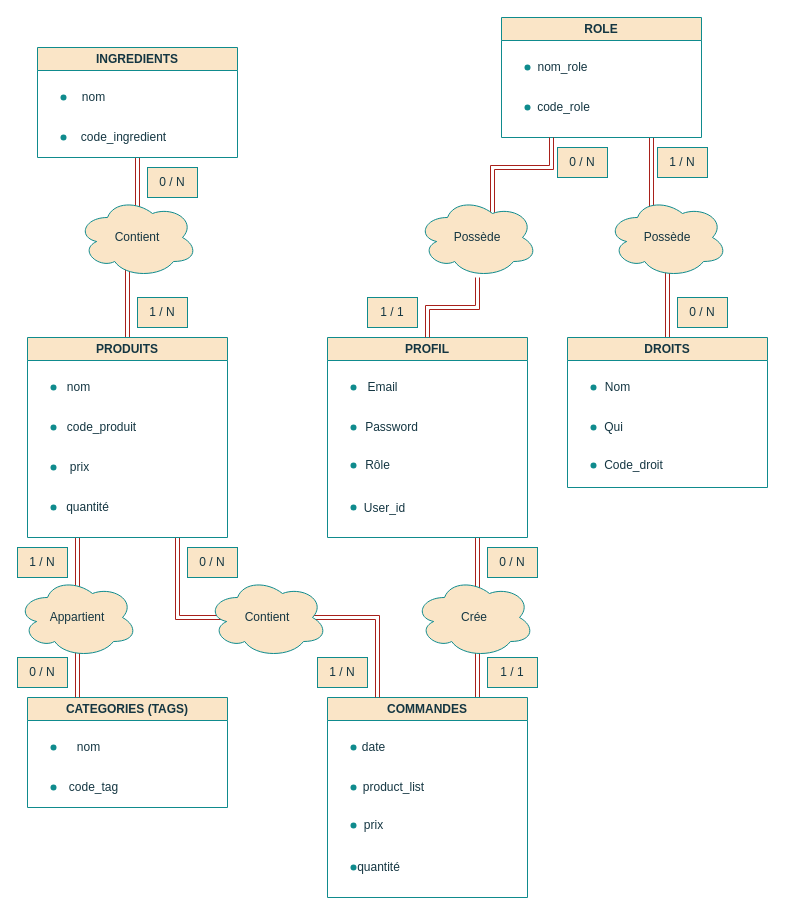
MichaelKrakowiak/Draw.io keeps this draw.io diagram as MDC S07E07.drawio. Above is the earlier version. Source tidied: cells renumbered, new cells numbered last; positions are measured from the earlier drawing's top-left corner, leaving out a move shared by most shapes. Both pictures are drawn from the tidied source at 100%, with x=0, y=0 at pixel (17, 17).
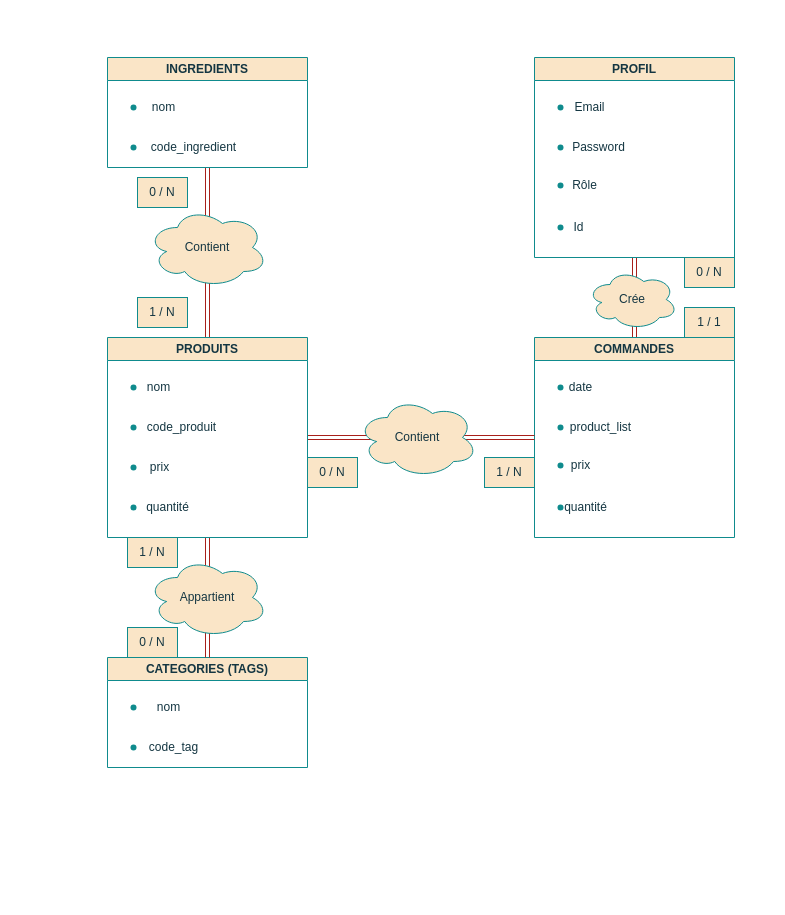
After the change.

Commit message (it also covers changes not shown here):
Mettre à jour MDC S07E07.drawio

Diff of the diagram source:
```diff
@@
-    <mxCell id="2" style="edgeStyle=orthogonalEdgeStyle;rounded=0;jettySize=auto;html=1;exitX=0.75;exitY=1;exitDx=0;exitDy=0;entryX=0.75;entryY=0;entryDx=0;entryDy=0;strokeColor=#A8201A;fontColor=#143642;fillColor=#FAE5C7;shape=link;" parent="1" edge="1" source="3" target="23">
+    <mxCell id="2" style="edgeStyle=orthogonalEdgeStyle;rounded=0;jettySize=auto;html=1;exitX=0.5;exitY=1;exitDx=0;exitDy=0;entryX=0.5;entryY=0;entryDx=0;entryDy=0;strokeColor=#A8201A;fontColor=#143642;fillColor=#FAE5C7;shape=link;" parent="1" edge="1" source="3" target="23">
       <mxGeometry relative="1" as="geometry" />
     </mxCell>
     <mxCell id="3" value="PROFIL" style="swimlane;whiteSpace=wrap;html=1;labelBackgroundColor=none;fillColor=#FAE5C7;strokeColor=#0F8B8D;fontColor=#143642;" parent="1" vertex="1">
-      <mxGeometry x="310" y="320" width="200" height="200" as="geometry" />
+      <mxGeometry x="517" y="40" width="200" height="200" as="geometry" />
     </mxCell>
@@
-    <mxCell id="11" value="User_id" style="text;html=1;align=center;verticalAlign=middle;strokeColor=none;fillColor=none;labelBackgroundColor=none;fontColor=#143642;" parent="1" vertex="1">
-      <mxGeometry x="337" y="476" width="60" height="30" as="geometry" />
-    </mxCell>
-    <mxCell id="12" style="edgeStyle=orthogonalEdgeStyle;rounded=0;jettySize=auto;html=1;exitX=0.75;exitY=1;exitDx=0;exitDy=0;entryX=0.5;entryY=0;entryDx=0;entryDy=0;shape=link;labelBackgroundColor=none;strokeColor=#A8201A;fontColor=default;" parent="1" edge="1" source="13" target="38">
-      <mxGeometry relative="1" as="geometry" />
-    </mxCell>
-    <mxCell id="13" value="ROLE" style="swimlane;whiteSpace=wrap;html=1;labelBackgroundColor=none;fillColor=#FAE5C7;strokeColor=#0F8B8D;fontColor=#143642;" parent="1" vertex="1">
-      <mxGeometry x="484" width="200" height="120" as="geometry" />
-    </mxCell>
-    <mxCell id="14" style="shape=waypoint;sketch=0;size=6;fillColor=none;perimeter=centerPerimeter;labelBackgroundColor=none;strokeColor=#0F8B8D;fontColor=#143642;" parent="13" vertex="1">
-      <mxGeometry x="16" y="40" width="20" height="20" as="geometry" />
-    </mxCell>
-    <mxCell id="15" value="nom_role" style="text;html=1;align=center;verticalAlign=middle;strokeColor=none;fillColor=none;labelBackgroundColor=none;fontColor=#143642;" parent="13" vertex="1">
-      <mxGeometry x="26" y="35" width="70" height="30" as="geometry" />
-    </mxCell>
-    <mxCell id="16" style="shape=waypoint;sketch=0;size=6;fillColor=none;perimeter=centerPerimeter;labelBackgroundColor=none;strokeColor=#0F8B8D;fontColor=#143642;" parent="13" vertex="1">
-      <mxGeometry x="16" y="80" width="20" height="20" as="geometry" />
-    </mxCell>
-    <mxCell id="17" value="code_role" style="text;html=1;align=center;verticalAlign=middle;strokeColor=none;fillColor=none;labelBackgroundColor=none;fontColor=#143642;" parent="13" vertex="1">
-      <mxGeometry x="22" y="75" width="80" height="30" as="geometry" />
-    </mxCell>
+    <mxCell id="76" value="Id" style="text;html=1;align=center;verticalAlign=middle;strokeColor=none;fillColor=none;labelBackgroundColor=none;fontColor=#143642;" parent="3" vertex="1">
+      <mxGeometry x="29" y="155" width="30" height="30" as="geometry" />
+    </mxCell>
     <mxCell id="18" value="CATEGORIES (TAGS)" style="swimlane;whiteSpace=wrap;html=1;labelBackgroundColor=none;fillColor=#FAE5C7;strokeColor=#0F8B8D;fontColor=#143642;" parent="1" vertex="1">
-      <mxGeometry x="10" y="680" width="200" height="110" as="geometry" />
+      <mxGeometry x="90" y="640" width="200" height="110" as="geometry" />
     </mxCell>
@@
     <mxCell id="23" value="COMMANDES" style="swimlane;whiteSpace=wrap;html=1;labelBackgroundColor=none;fillColor=#FAE5C7;strokeColor=#0F8B8D;fontColor=#143642;" parent="1" vertex="1">
-      <mxGeometry x="310" y="680" width="200" height="200" as="geometry" />
+      <mxGeometry x="517" y="320" width="200" height="200" as="geometry" />
     </mxCell>
@@
     <mxCell id="33" value="INGREDIENTS" style="swimlane;whiteSpace=wrap;html=1;labelBackgroundColor=none;fillColor=#FAE5C7;strokeColor=#0F8B8D;fontColor=#143642;" parent="1" vertex="1">
-      <mxGeometry x="20" y="30" width="200" height="110" as="geometry" />
+      <mxGeometry x="90" y="40" width="200" height="110" as="geometry" />
     </mxCell>
@@
-    <mxCell id="38" value="DROITS" style="swimlane;whiteSpace=wrap;html=1;labelBackgroundColor=none;fillColor=#FAE5C7;strokeColor=#0F8B8D;fontColor=#143642;" parent="1" vertex="1">
-      <mxGeometry x="550" y="320" width="200" height="150" as="geometry" />
-    </mxCell>
-    <mxCell id="39" style="shape=waypoint;sketch=0;size=6;fillColor=none;perimeter=centerPerimeter;labelBackgroundColor=none;strokeColor=#0F8B8D;fontColor=#143642;" parent="38" vertex="1">
-      <mxGeometry x="16" y="40" width="20" height="20" as="geometry" />
-    </mxCell>
-    <mxCell id="40" value="Nom" style="text;html=1;align=center;verticalAlign=middle;strokeColor=none;fillColor=none;labelBackgroundColor=none;fontColor=#143642;" parent="38" vertex="1">
-      <mxGeometry x="25" y="35" width="50" height="30" as="geometry" />
-    </mxCell>
-    <mxCell id="41" style="shape=waypoint;sketch=0;size=6;fillColor=none;perimeter=centerPerimeter;labelBackgroundColor=none;strokeColor=#0F8B8D;fontColor=#143642;" parent="38" vertex="1">
-      <mxGeometry x="16" y="80" width="20" height="20" as="geometry" />
-    </mxCell>
-    <mxCell id="42" style="shape=waypoint;sketch=0;size=6;fillColor=none;perimeter=centerPerimeter;labelBackgroundColor=none;strokeColor=#0F8B8D;fontColor=#143642;" parent="38" vertex="1">
-      <mxGeometry x="16" y="118" width="20" height="20" as="geometry" />
-    </mxCell>
-    <mxCell id="43" value="Code_droit" style="text;html=1;align=center;verticalAlign=middle;strokeColor=none;fillColor=none;labelBackgroundColor=none;fontColor=#143642;" parent="38" vertex="1">
-      <mxGeometry x="26" y="113" width="80" height="30" as="geometry" />
-    </mxCell>
-    <mxCell id="44" value="Qui" style="text;html=1;align=center;verticalAlign=middle;strokeColor=none;fillColor=none;labelBackgroundColor=none;fontColor=#143642;" parent="38" vertex="1">
-      <mxGeometry x="26" y="75" width="40" height="30" as="geometry" />
-    </mxCell>
-    <mxCell id="45" style="edgeStyle=orthogonalEdgeStyle;rounded=0;jettySize=auto;html=1;exitX=0.25;exitY=1;exitDx=0;exitDy=0;entryX=0.25;entryY=0;entryDx=0;entryDy=0;strokeColor=#A8201A;fontColor=#143642;fillColor=#FAE5C7;shape=link;" parent="1" edge="1" source="47" target="18">
+    <mxCell id="45" style="edgeStyle=orthogonalEdgeStyle;rounded=0;jettySize=auto;html=1;exitX=0.5;exitY=1;exitDx=0;exitDy=0;entryX=0.5;entryY=0;entryDx=0;entryDy=0;strokeColor=#A8201A;fontColor=#143642;fillColor=#FAE5C7;shape=link;" parent="1" edge="1" source="47" target="18">
       <mxGeometry relative="1" as="geometry" />
     </mxCell>
-    <mxCell id="46" style="edgeStyle=orthogonalEdgeStyle;rounded=0;jettySize=auto;html=1;exitX=0.75;exitY=1;exitDx=0;exitDy=0;entryX=0.25;entryY=0;entryDx=0;entryDy=0;strokeColor=#A8201A;fontColor=#143642;fillColor=#FAE5C7;shape=link;" parent="1" edge="1" source="47" target="23">
+    <mxCell id="46" style="edgeStyle=orthogonalEdgeStyle;rounded=0;jettySize=auto;html=1;exitX=1;exitY=0.5;exitDx=0;exitDy=0;entryX=0;entryY=0.5;entryDx=0;entryDy=0;strokeColor=#A8201A;fontColor=#143642;fillColor=#FAE5C7;shape=link;" parent="1" edge="1" source="47" target="23">
       <mxGeometry relative="1" as="geometry" />
     </mxCell>
     <mxCell id="47" value="PRODUITS" style="swimlane;whiteSpace=wrap;html=1;labelBackgroundColor=none;fillColor=#FAE5C7;strokeColor=#0F8B8D;fontColor=#143642;" parent="1" vertex="1">
-      <mxGeometry x="10" y="320" width="200" height="200" as="geometry" />
+      <mxGeometry x="90" y="320" width="200" height="200" as="geometry" />
     </mxCell>
@@
     <mxCell id="56" value="Contient" style="ellipse;shape=cloud;whiteSpace=wrap;html=1;labelBackgroundColor=none;fillColor=#FAE5C7;strokeColor=#0F8B8D;fontColor=#143642;" parent="1" vertex="1">
-      <mxGeometry x="60" y="180" width="120" height="80" as="geometry" />
+      <mxGeometry x="130" y="190" width="120" height="80" as="geometry" />
     </mxCell>
-    <mxCell id="57" value="Possède" style="ellipse;shape=cloud;whiteSpace=wrap;html=1;labelBackgroundColor=none;fillColor=#FAE5C7;strokeColor=#0F8B8D;fontColor=#143642;" parent="1" vertex="1">
-      <mxGeometry x="590" y="180" width="120" height="80" as="geometry" />
-    </mxCell>
-    <mxCell id="58" style="edgeStyle=orthogonalEdgeStyle;rounded=0;jettySize=auto;html=1;exitX=0.5;exitY=0;exitDx=0;exitDy=0;entryX=0.5;entryY=1;entryDx=0;entryDy=0;shape=link;labelBackgroundColor=none;strokeColor=#A8201A;fontColor=default;" parent="1" edge="1" source="3" target="60">
-      <mxGeometry relative="1" as="geometry" />
-    </mxCell>
-    <mxCell id="59" style="edgeStyle=orthogonalEdgeStyle;rounded=0;jettySize=auto;html=1;exitX=0.625;exitY=0.2;exitDx=0;exitDy=0;exitPerimeter=0;entryX=0.25;entryY=1;entryDx=0;entryDy=0;strokeColor=#A8201A;fontColor=#143642;fillColor=#FAE5C7;shape=link;" parent="1" edge="1" source="60" target="13">
-      <mxGeometry relative="1" as="geometry" />
-    </mxCell>
-    <mxCell id="60" value="Possède" style="ellipse;shape=cloud;whiteSpace=wrap;html=1;labelBackgroundColor=none;fillColor=#FAE5C7;strokeColor=#0F8B8D;fontColor=#143642;" parent="1" vertex="1">
-      <mxGeometry x="400" y="180" width="120" height="80" as="geometry" />
-    </mxCell>
-    <mxCell id="61" value="0 / N" style="rounded=0;whiteSpace=wrap;html=1;strokeColor=#0F8B8D;fontColor=#143642;fillColor=#FAE5C7;" parent="1" vertex="1">
-      <mxGeometry x="540" y="130" width="50" height="30" as="geometry" />
-    </mxCell>
-    <mxCell id="62" value="1 / 1" style="rounded=0;whiteSpace=wrap;html=1;strokeColor=#0F8B8D;fontColor=#143642;fillColor=#FAE5C7;" parent="1" vertex="1">
-      <mxGeometry x="350" y="280" width="50" height="30" as="geometry" />
-    </mxCell>
-    <mxCell id="63" value="1 / N" style="rounded=0;whiteSpace=wrap;html=1;strokeColor=#0F8B8D;fontColor=#143642;fillColor=#FAE5C7;" parent="1" vertex="1">
-      <mxGeometry x="640" y="130" width="50" height="30" as="geometry" />
-    </mxCell>
-    <mxCell id="64" value="0 / N" style="rounded=0;whiteSpace=wrap;html=1;strokeColor=#0F8B8D;fontColor=#143642;fillColor=#FAE5C7;" parent="1" vertex="1">
-      <mxGeometry x="660" y="280" width="50" height="30" as="geometry" />
-    </mxCell>
     <mxCell id="65" value="1 / 1" style="rounded=0;whiteSpace=wrap;html=1;strokeColor=#0F8B8D;fontColor=#143642;fillColor=#FAE5C7;" parent="1" vertex="1">
-      <mxGeometry x="470" y="640" width="50" height="30" as="geometry" />
+      <mxGeometry x="667" y="290" width="50" height="30" as="geometry" />
     </mxCell>
     <mxCell id="66" value="0 / N" style="rounded=0;whiteSpace=wrap;html=1;strokeColor=#0F8B8D;fontColor=#143642;fillColor=#FAE5C7;" parent="1" vertex="1">
-      <mxGeometry x="470" y="530" width="50" height="30" as="geometry" />
+      <mxGeometry x="667" y="240" width="50" height="30" as="geometry" />
     </mxCell>
     <mxCell id="67" value="0 / N" style="rounded=0;whiteSpace=wrap;html=1;strokeColor=#0F8B8D;fontColor=#143642;fillColor=#FAE5C7;" parent="1" vertex="1">
-      <mxGeometry y="640" width="50" height="30" as="geometry" />
+      <mxGeometry x="110" y="610" width="50" height="30" as="geometry" />
     </mxCell>
     <mxCell id="68" value="1 / N" style="rounded=0;whiteSpace=wrap;html=1;strokeColor=#0F8B8D;fontColor=#143642;fillColor=#FAE5C7;" parent="1" vertex="1">
-      <mxGeometry y="530" width="50" height="30" as="geometry" />
+      <mxGeometry x="110" y="520" width="50" height="30" as="geometry" />
     </mxCell>
@@
     <mxCell id="70" value="0 / N" style="rounded=0;whiteSpace=wrap;html=1;strokeColor=#0F8B8D;fontColor=#143642;fillColor=#FAE5C7;" parent="1" vertex="1">
-      <mxGeometry x="130" y="150" width="50" height="30" as="geometry" />
+      <mxGeometry x="120" y="160" width="50" height="30" as="geometry" />
     </mxCell>
     <mxCell id="71" value="Appartient" style="ellipse;shape=cloud;whiteSpace=wrap;html=1;labelBackgroundColor=none;fillColor=#FAE5C7;strokeColor=#0F8B8D;fontColor=#143642;" parent="1" vertex="1">
-      <mxGeometry y="560" width="120" height="80" as="geometry" />
+      <mxGeometry x="130" y="540" width="120" height="80" as="geometry" />
     </mxCell>
     <mxCell id="72" value="Crée" style="ellipse;shape=cloud;whiteSpace=wrap;html=1;labelBackgroundColor=none;fillColor=#FAE5C7;strokeColor=#0F8B8D;fontColor=#143642;" parent="1" vertex="1">
-      <mxGeometry x="397" y="560" width="120" height="80" as="geometry" />
+      <mxGeometry x="570" y="252" width="90" height="60" as="geometry" />
     </mxCell>
     <mxCell id="73" value="Contient" style="ellipse;shape=cloud;whiteSpace=wrap;html=1;labelBackgroundColor=none;fillColor=#FAE5C7;strokeColor=#0F8B8D;fontColor=#143642;" parent="1" vertex="1">
-      <mxGeometry x="190" y="560" width="120" height="80" as="geometry" />
+      <mxGeometry x="340" y="380" width="120" height="80" as="geometry" />
     </mxCell>
-    <mxCell id="74" value="1 / N" style="rounded=0;whiteSpace=wrap;html=1;strokeColor=#0F8B8D;fontColor=#143642;fillColor=#FAE5C7;" parent="1" vertex="1">
-      <mxGeometry x="300" y="640" width="50" height="30" as="geometry" />
-    </mxCell>
-    <mxCell id="75" value="0 / N" style="rounded=0;whiteSpace=wrap;html=1;strokeColor=#0F8B8D;fontColor=#143642;fillColor=#FAE5C7;" parent="1" vertex="1">
-      <mxGeometry x="170" y="530" width="50" height="30" as="geometry" />
-    </mxCell>
+    <mxCell id="77" value="1 / N" style="rounded=0;whiteSpace=wrap;html=1;strokeColor=#0F8B8D;fontColor=#143642;fillColor=#FAE5C7;" parent="1" vertex="1">
+      <mxGeometry x="467" y="440" width="50" height="30" as="geometry" />
+    </mxCell>
+    <mxCell id="78" value="0 / N" style="rounded=0;whiteSpace=wrap;html=1;strokeColor=#0F8B8D;fontColor=#143642;fillColor=#FAE5C7;" parent="1" vertex="1">
+      <mxGeometry x="290" y="440" width="50" height="30" as="geometry" />
+    </mxCell>
```
